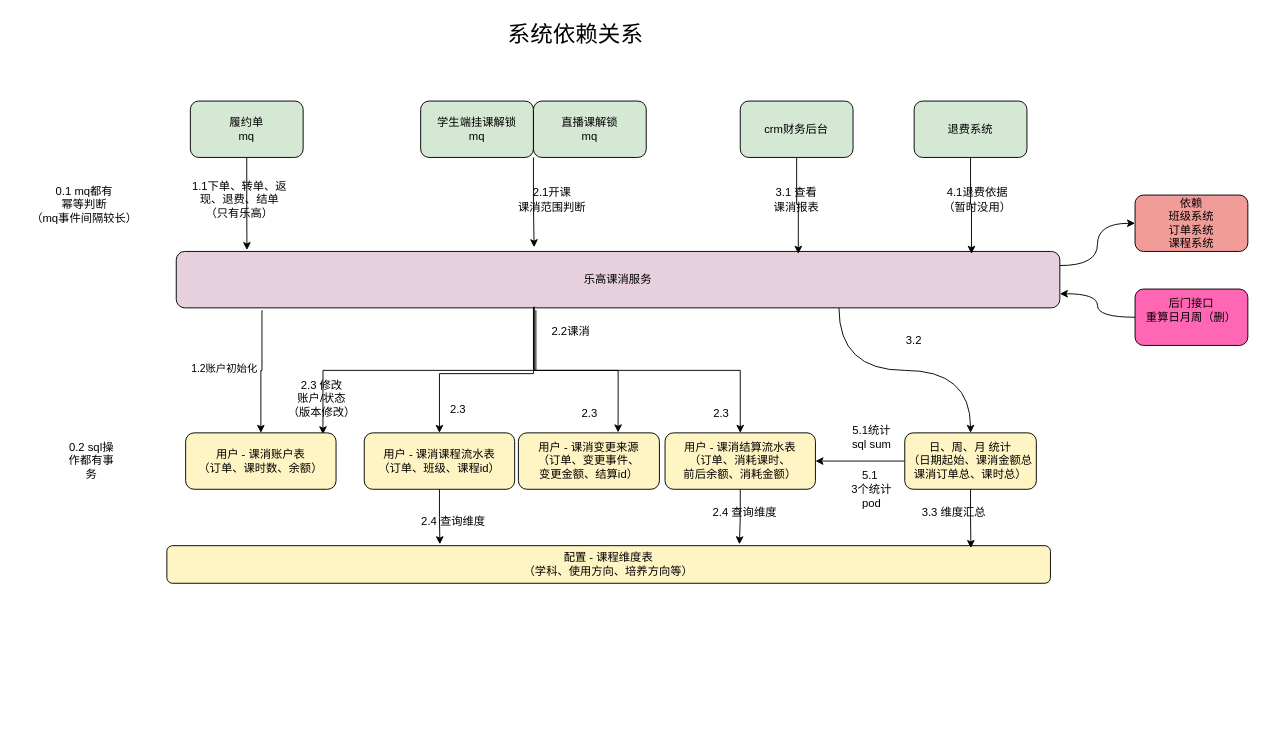
Above: 课消.drawio in xiell2016/hetaoDesign (draw.io), before the change. Source tidied: cells renumbered, new cells numbered last; positions are measured from the earlier drawing's top-left corner, leaving out a move shared by most shapes. Both pictures are drawn from the tidied source at 94%, with x=0, y=0 at pixel (25, 16).
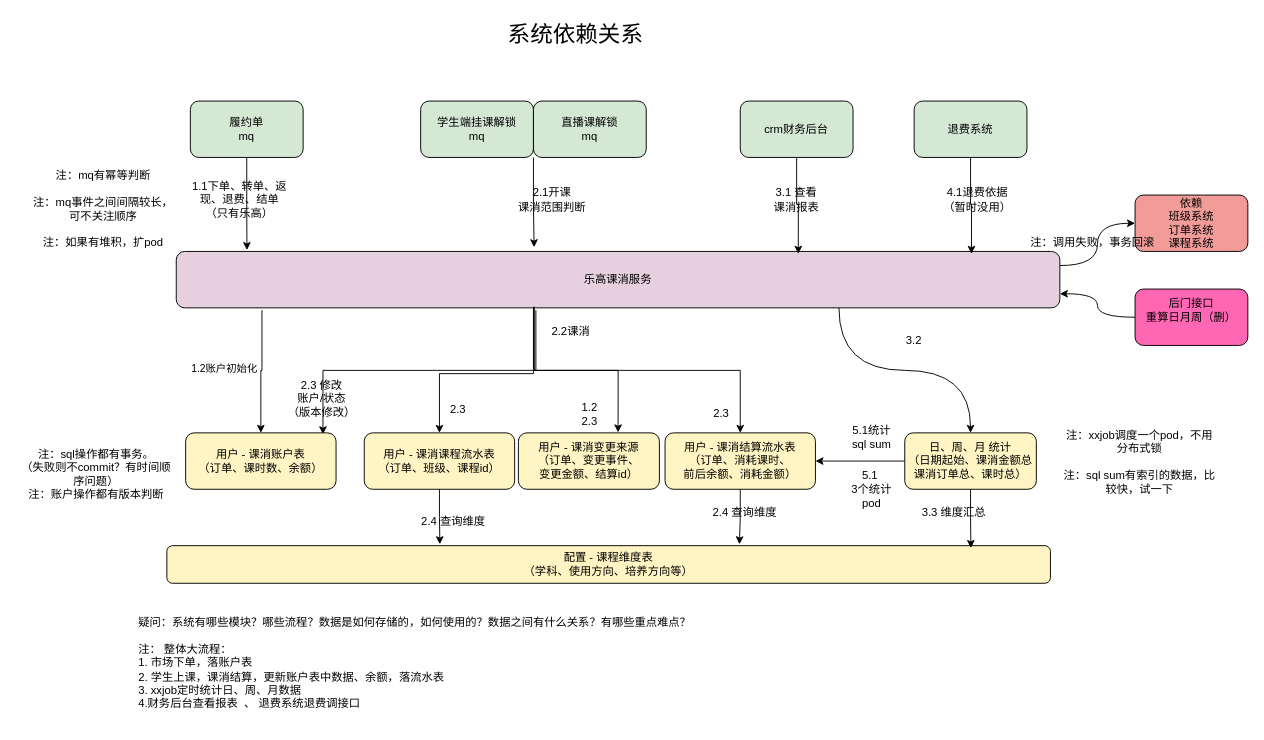
Above is the later version.

Diff of the diagram source:
```diff
@@
-    <mxCell id="32" value="0.1 mq都有&lt;div&gt;幂等判断&lt;br&gt;（mq事件间隔较长）&lt;/div&gt;" style="text;html=1;align=center;verticalAlign=middle;whiteSpace=wrap;rounded=0;" parent="1" vertex="1">
-      <mxGeometry y="170" width="125" height="60" as="geometry" />
+    <mxCell id="32" value="注：mq有&lt;span style=&quot;background-color: initial;&quot;&gt;幂等判断&lt;/span&gt;&lt;div&gt;&lt;br&gt;&lt;/div&gt;&lt;div&gt;注：mq事件之间间隔较长，可不关注顺序&lt;/div&gt;&lt;div&gt;&lt;br&gt;&lt;/div&gt;&lt;div&gt;注：如果有堆积，扩pod&lt;/div&gt;" style="text;html=1;align=center;verticalAlign=middle;whiteSpace=wrap;rounded=0;" parent="1" vertex="1">
+      <mxGeometry x="5" y="170" width="155" height="70" as="geometry" />
     </mxCell>
-    <mxCell id="33" value="0.2 sql操&lt;div&gt;作都有事务&lt;/div&gt;" style="text;html=1;align=center;verticalAlign=middle;whiteSpace=wrap;rounded=0;" parent="1" vertex="1">
-      <mxGeometry x="40" y="458" width="60" height="30" as="geometry" />
+    <mxCell id="33" value="注：sql操&lt;span style=&quot;background-color: initial;&quot;&gt;作都有事务。&lt;/span&gt;&lt;div&gt;（失败则不commit？有时间顺序问题）&lt;/div&gt;&lt;div&gt;注：账户操作都有版本判断&lt;/div&gt;" style="text;html=1;align=center;verticalAlign=middle;whiteSpace=wrap;rounded=0;" parent="1" vertex="1">
+      <mxGeometry x="-10" y="456" width="170" height="62" as="geometry" />
     </mxCell>
@@
-    <mxCell id="43" value="2.3" style="text;html=1;align=center;verticalAlign=middle;whiteSpace=wrap;rounded=0;" parent="1" vertex="1">
+    <mxCell id="43" value="&lt;div&gt;1.2&lt;/div&gt;2.3" style="text;html=1;align=center;verticalAlign=middle;whiteSpace=wrap;rounded=0;" parent="1" vertex="1">
       <mxGeometry x="570" y="408" width="60" height="30" as="geometry" />
     </mxCell>
@@
+    <mxCell id="51" value="&lt;div&gt;疑问：系统有哪些模块？哪些流程？数据是如何存储的，如何使用的？数据之间有什么关系？有哪些重点难点？&lt;/div&gt;&lt;div&gt;&lt;br&gt;&lt;/div&gt;注： 整体大流程：&lt;div&gt;1. 市场下单，落账户表&lt;/div&gt;&lt;div&gt;2. 学生上课，课消结算，更新账户表中数据、余额，落流水表&lt;/div&gt;&lt;div&gt;3. xxjob定时统计日、周、月数据&lt;/div&gt;&lt;div&gt;4.财务后台查看报表&amp;nbsp; 、 退费系统退费调接口&lt;/div&gt;&lt;div&gt;&lt;br&gt;&lt;/div&gt;" style="text;html=1;align=left;verticalAlign=middle;whiteSpace=wrap;rounded=0;" parent="1" vertex="1">
+      <mxGeometry x="117.5" y="650" width="670" height="90" as="geometry" />
+    </mxCell>
+    <mxCell id="52" value="&lt;div&gt;注：xxjob调度一个pod，不用分布式锁&lt;/div&gt;&lt;div&gt;&lt;br&gt;&lt;/div&gt;注：sql sum有索引的数据，比较快，试一下" style="text;html=1;align=center;verticalAlign=middle;whiteSpace=wrap;rounded=0;" parent="1" vertex="1">
+      <mxGeometry x="1100" y="443" width="170" height="62" as="geometry" />
+    </mxCell>
+    <mxCell id="53" value="&lt;div&gt;注：调用失败，事务回滚&lt;/div&gt;" style="text;html=1;align=center;verticalAlign=middle;whiteSpace=wrap;rounded=0;" parent="1" vertex="1">
+      <mxGeometry x="1050" y="210" width="170" height="62" as="geometry" />
+    </mxCell>
```
